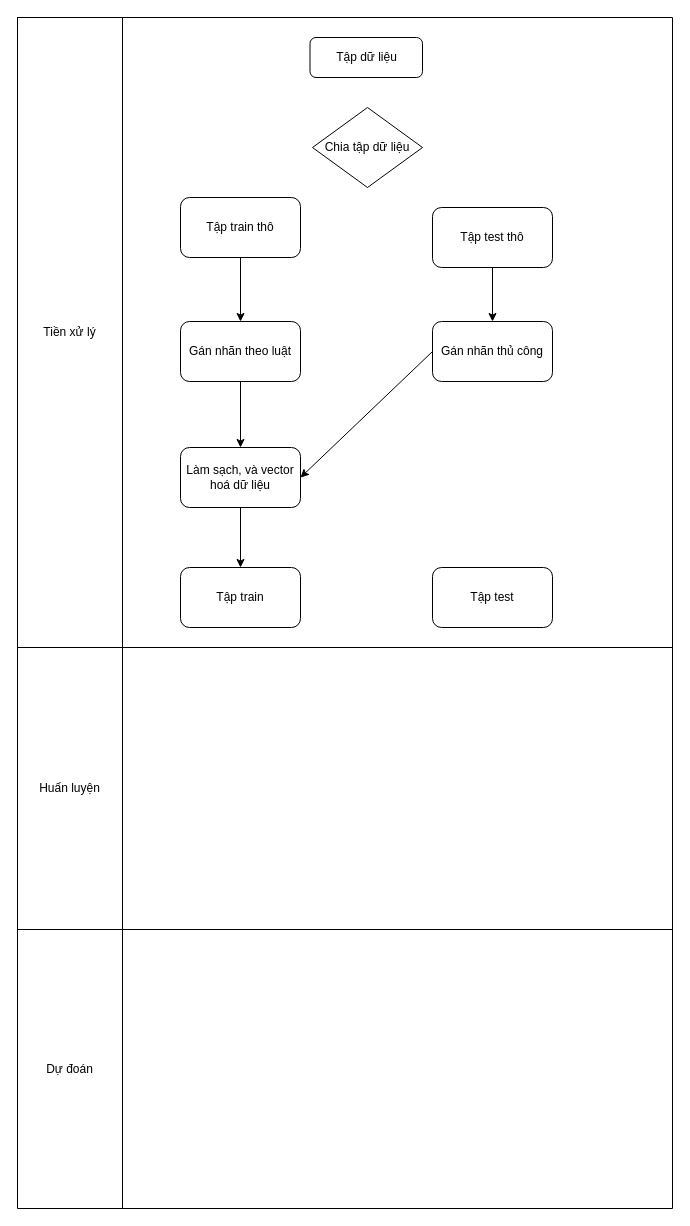
This is architecture/model.drawio from vukhanh09/DATN, a draw.io file, before an edit. Source tidied: cells renumbered, new cells numbered last; positions are measured from the earlier drawing's top-left corner, leaving out a move shared by most shapes. Both pictures are drawn from the tidied source at 100%, with x=0, y=0 at pixel (17, 17).
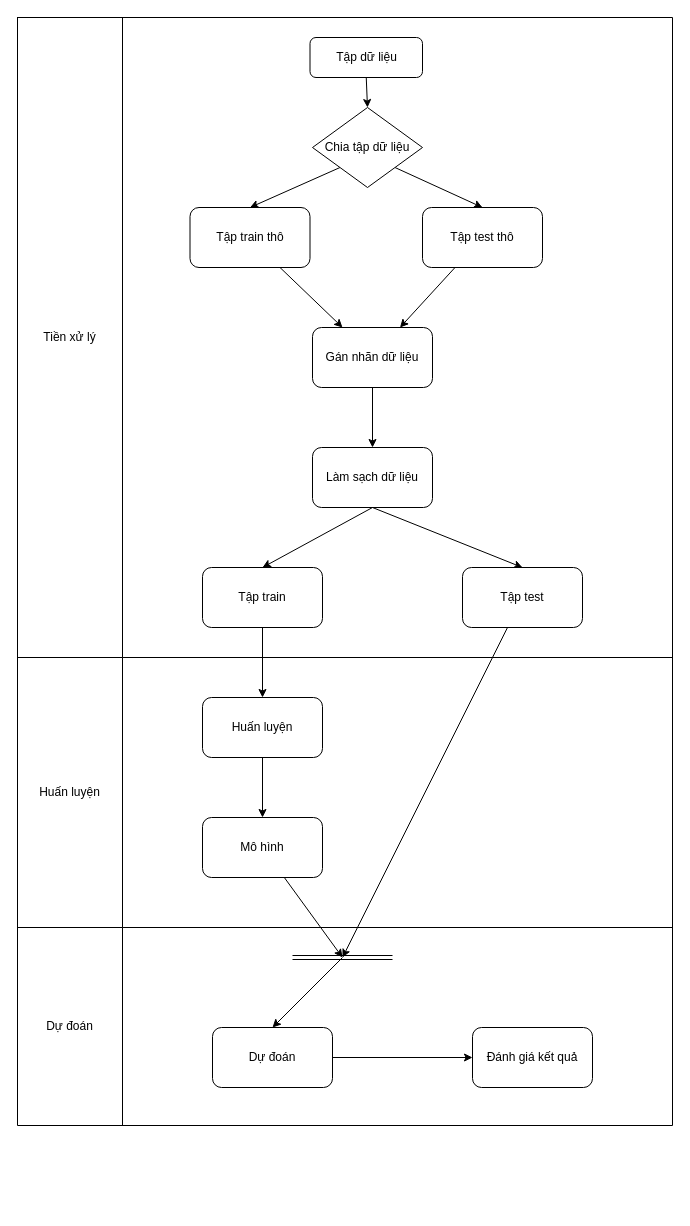
The same diagram, later.

Commit message (it also covers changes not shown here):
Cập nhật model.drawio

The change refers to these unchanged cells:
```xml
<mxCell id="12" value="Tập dữ liệu" style="rounded=1;whiteSpace=wrap;html=1;" parent="1" vertex="1">
  <mxGeometry x="292.5" y="20" width="112.5" height="40" as="geometry" />
</mxCell>
<mxCell id="13" value="Chia tập dữ liệu" style="rhombus;whiteSpace=wrap;html=1;" parent="1" vertex="1">
  <mxGeometry x="295" y="90" width="110" height="80" as="geometry" />
</mxCell>
```

The edit, as a diff of the source:
```diff
@@
     <mxCell id="2" style="shape=table;startSize=0;childLayout=tableLayout;" parent="1" vertex="1">
-      <mxGeometry width="655" height="1191" as="geometry" />
+      <mxGeometry width="655" height="1108" as="geometry" />
     </mxCell>
     <mxCell id="3" style="shape=tableRow;horizontal=0;startSize=0;swimlaneHead=0;swimlaneBody=0;strokeColor=inherit;top=0;left=0;bottom=0;right=0;fillColor=none;" parent="2" vertex="1">
-      <mxGeometry width="655" height="630" as="geometry" />
+      <mxGeometry width="655" height="640" as="geometry" />
     </mxCell>
     <mxCell id="4" value="Tiền xử lý" style="shape=partialRectangle;html=1;whiteSpace=wrap;strokeColor=inherit;overflow=hidden;fillColor=none;top=0;left=0;bottom=0;right=0;align=center;" parent="3" vertex="1">
-      <mxGeometry width="105" height="630" as="geometry" />
+      <mxGeometry width="105" height="640" as="geometry" />
     </mxCell>
     <mxCell id="5" style="shape=partialRectangle;html=1;whiteSpace=wrap;strokeColor=inherit;overflow=hidden;fillColor=none;top=0;left=0;bottom=0;right=0;" parent="3" vertex="1">
-      <mxGeometry x="105" width="550" height="630" as="geometry" />
+      <mxGeometry x="105" width="550" height="640" as="geometry" />
     </mxCell>
     <mxCell id="6" style="shape=tableRow;horizontal=0;startSize=0;swimlaneHead=0;swimlaneBody=0;strokeColor=inherit;top=0;left=0;bottom=0;right=0;fillColor=none;" parent="2" vertex="1">
-      <mxGeometry y="630" width="655" height="282" as="geometry" />
+      <mxGeometry y="640" width="655" height="270" as="geometry" />
     </mxCell>
     <mxCell id="7" value="Huấn luyện" style="shape=partialRectangle;html=1;whiteSpace=wrap;strokeColor=inherit;overflow=hidden;fillColor=none;top=0;left=0;bottom=0;right=0;" parent="6" vertex="1">
-      <mxGeometry width="105" height="282" as="geometry" />
+      <mxGeometry width="105" height="270" as="geometry" />
     </mxCell>
     <mxCell id="8" style="shape=partialRectangle;html=1;whiteSpace=wrap;strokeColor=inherit;overflow=hidden;fillColor=none;top=0;left=0;bottom=0;right=0;" parent="6" vertex="1">
-      <mxGeometry x="105" width="550" height="282" as="geometry" />
+      <mxGeometry x="105" width="550" height="270" as="geometry" />
     </mxCell>
     <mxCell id="9" style="shape=tableRow;horizontal=0;startSize=0;swimlaneHead=0;swimlaneBody=0;strokeColor=inherit;top=0;left=0;bottom=0;right=0;fillColor=none;" parent="2" vertex="1">
-      <mxGeometry y="912" width="655" height="279" as="geometry" />
+      <mxGeometry y="910" width="655" height="198" as="geometry" />
     </mxCell>
     <mxCell id="10" value="Dự đoán" style="shape=partialRectangle;html=1;whiteSpace=wrap;strokeColor=inherit;overflow=hidden;fillColor=none;top=0;left=0;bottom=0;right=0;" parent="9" vertex="1">
-      <mxGeometry width="105" height="279" as="geometry" />
+      <mxGeometry width="105" height="198" as="geometry" />
     </mxCell>
     <mxCell id="11" style="shape=partialRectangle;html=1;whiteSpace=wrap;strokeColor=inherit;overflow=hidden;fillColor=none;top=0;left=0;bottom=0;right=0;" parent="9" vertex="1">
-      <mxGeometry x="105" width="550" height="279" as="geometry" />
+      <mxGeometry x="105" width="550" height="198" as="geometry" />
     </mxCell>
+    <mxCell id="26" style="edgeStyle=none;rounded=0;jettySize=auto;html=1;exitX=0.5;exitY=1;exitDx=0;exitDy=0;entryX=0.5;entryY=0;entryDx=0;entryDy=0;strokeColor=default;" parent="1" edge="1" source="12" target="13">
+      <mxGeometry relative="1" as="geometry" />
+    </mxCell>
@@
+    <mxCell id="27" style="edgeStyle=none;rounded=0;jettySize=auto;html=1;exitX=0;exitY=1;exitDx=0;exitDy=0;entryX=0.5;entryY=0;entryDx=0;entryDy=0;strokeColor=default;" parent="1" edge="1" source="13" target="15">
+      <mxGeometry relative="1" as="geometry" />
+    </mxCell>
+    <mxCell id="28" style="edgeStyle=none;rounded=0;jettySize=auto;html=1;exitX=1;exitY=1;exitDx=0;exitDy=0;entryX=0.5;entryY=0;entryDx=0;entryDy=0;strokeColor=default;" parent="1" edge="1" source="13" target="17">
+      <mxGeometry relative="1" as="geometry" />
+    </mxCell>
@@
-    <mxCell id="14" style="edgeStyle=orthogonalEdgeStyle;rounded=0;jettySize=auto;html=1;" parent="1" edge="1" source="15" target="19">
-      <mxGeometry relative="1" as="geometry" />
-    </mxCell>
+    <mxCell id="29" style="edgeStyle=none;rounded=0;jettySize=auto;html=1;exitX=0.75;exitY=1;exitDx=0;exitDy=0;entryX=0.25;entryY=0;entryDx=0;entryDy=0;strokeColor=default;" parent="1" edge="1" source="15" target="21">
+      <mxGeometry relative="1" as="geometry" />
+    </mxCell>
     <mxCell id="15" value="Tập train thô" style="rounded=1;whiteSpace=wrap;html=1;" parent="1" vertex="1">
-      <mxGeometry x="163" y="180" width="120" height="60" as="geometry" />
+      <mxGeometry x="172.5" y="190" width="120" height="60" as="geometry" />
     </mxCell>
-    <mxCell id="16" style="edgeStyle=orthogonalEdgeStyle;rounded=0;jettySize=auto;html=1;" parent="1" edge="1" source="17" target="21">
+    <mxCell id="16" style="rounded=0;jettySize=auto;html=1;" parent="1" edge="1" source="17" target="21">
       <mxGeometry relative="1" as="geometry" />
     </mxCell>
     <mxCell id="17" value="Tập test thô" style="rounded=1;whiteSpace=wrap;html=1;" parent="1" vertex="1">
-      <mxGeometry x="415" y="190" width="120" height="60" as="geometry" />
+      <mxGeometry x="405" y="190" width="120" height="60" as="geometry" />
     </mxCell>
-    <mxCell id="18" style="edgeStyle=orthogonalEdgeStyle;rounded=0;jettySize=auto;html=1;entryX=0.5;entryY=0;entryDx=0;entryDy=0;" parent="1" edge="1" source="19" target="23">
-      <mxGeometry relative="1" as="geometry" />
-    </mxCell>
-    <mxCell id="19" value="Gán nhãn theo luật" style="rounded=1;whiteSpace=wrap;html=1;" parent="1" vertex="1">
-      <mxGeometry x="163" y="304" width="120" height="60" as="geometry" />
-    </mxCell>
-    <mxCell id="20" style="jettySize=auto;html=1;exitX=0;exitY=0.5;exitDx=0;exitDy=0;entryX=1;entryY=0.5;entryDx=0;entryDy=0;rounded=0;strokeColor=default;" parent="1" edge="1" source="21" target="23">
+    <mxCell id="20" style="edgeStyle=none;rounded=0;jettySize=auto;html=1;entryX=0.5;entryY=0;entryDx=0;entryDy=0;strokeColor=default;" parent="1" edge="1" source="21" target="23">
       <mxGeometry relative="1" as="geometry" />
     </mxCell>
-    <mxCell id="21" value="Gán nhãn thủ công" style="rounded=1;whiteSpace=wrap;html=1;" parent="1" vertex="1">
-      <mxGeometry x="415" y="304" width="120" height="60" as="geometry" />
+    <mxCell id="21" value="Gán nhãn dữ liệu" style="rounded=1;whiteSpace=wrap;html=1;" parent="1" vertex="1">
+      <mxGeometry x="295" y="310" width="120" height="60" as="geometry" />
     </mxCell>
-    <mxCell id="22" style="edgeStyle=none;rounded=0;jettySize=auto;html=1;entryX=0.5;entryY=0;entryDx=0;entryDy=0;strokeColor=default;" parent="1" edge="1" source="23" target="24">
+    <mxCell id="22" style="edgeStyle=none;rounded=0;jettySize=auto;html=1;exitX=0.5;exitY=1;exitDx=0;exitDy=0;entryX=0.5;entryY=0;entryDx=0;entryDy=0;strokeColor=default;" parent="1" edge="1" source="23" target="24">
       <mxGeometry relative="1" as="geometry" />
     </mxCell>
+    <mxCell id="30" style="edgeStyle=none;rounded=0;jettySize=auto;html=1;exitX=0.5;exitY=1;exitDx=0;exitDy=0;entryX=0.5;entryY=0;entryDx=0;entryDy=0;strokeColor=default;" parent="1" edge="1" source="23" target="25">
+      <mxGeometry relative="1" as="geometry" />
+    </mxCell>
-    <mxCell id="23" value="Làm sạch, và vector hoá dữ liệu" style="rounded=1;whiteSpace=wrap;html=1;" parent="1" vertex="1">
-      <mxGeometry x="163" y="430" width="120" height="60" as="geometry" />
+    <mxCell id="23" value="Làm sạch dữ liệu" style="rounded=1;whiteSpace=wrap;html=1;" parent="1" vertex="1">
+      <mxGeometry x="295" y="430" width="120" height="60" as="geometry" />
     </mxCell>
+    <mxCell id="31" style="edgeStyle=none;rounded=0;jettySize=auto;html=1;strokeColor=default;" parent="1" edge="1" source="24" target="34">
+      <mxGeometry relative="1" as="geometry" />
+    </mxCell>
     <mxCell id="24" value="Tập train" style="rounded=1;whiteSpace=wrap;html=1;" parent="1" vertex="1">
-      <mxGeometry x="163" y="550" width="120" height="60" as="geometry" />
+      <mxGeometry x="185" y="550" width="120" height="60" as="geometry" />
     </mxCell>
+    <mxCell id="32" style="edgeStyle=none;rounded=0;jettySize=auto;html=1;strokeColor=default;" parent="1" edge="1" source="25">
+      <mxGeometry relative="1" as="geometry">
+        <mxPoint x="325" y="940" as="targetPoint" />
+      </mxGeometry>
+    </mxCell>
     <mxCell id="25" value="Tập test" style="rounded=1;whiteSpace=wrap;html=1;" parent="1" vertex="1">
-      <mxGeometry x="415" y="550" width="120" height="60" as="geometry" />
+      <mxGeometry x="445" y="550" width="120" height="60" as="geometry" />
     </mxCell>
+    <mxCell id="33" style="edgeStyle=none;rounded=0;jettySize=auto;html=1;entryX=0.5;entryY=0;entryDx=0;entryDy=0;strokeColor=default;" parent="1" edge="1" source="34" target="36">
+      <mxGeometry relative="1" as="geometry" />
+    </mxCell>
+    <mxCell id="34" value="Huấn luyện" style="rounded=1;whiteSpace=wrap;html=1;" parent="1" vertex="1">
+      <mxGeometry x="185" y="680" width="120" height="60" as="geometry" />
+    </mxCell>
+    <mxCell id="35" style="edgeStyle=none;rounded=0;jettySize=auto;html=1;strokeColor=default;" parent="1" edge="1" source="36">
+      <mxGeometry relative="1" as="geometry">
+        <mxPoint x="325" y="940" as="targetPoint" />
+      </mxGeometry>
+    </mxCell>
+    <mxCell id="36" value="Mô hình" style="rounded=1;whiteSpace=wrap;html=1;" parent="1" vertex="1">
+      <mxGeometry x="185" y="800" width="120" height="60" as="geometry" />
+    </mxCell>
+    <mxCell id="37" style="edgeStyle=none;rounded=0;jettySize=auto;html=1;entryX=0;entryY=0.5;entryDx=0;entryDy=0;strokeColor=default;" parent="1" edge="1" source="38" target="41">
+      <mxGeometry relative="1" as="geometry" />
+    </mxCell>
+    <mxCell id="38" value="Dự đoán" style="rounded=1;whiteSpace=wrap;html=1;" parent="1" vertex="1">
+      <mxGeometry x="195" y="1010" width="120" height="60" as="geometry" />
+    </mxCell>
+    <mxCell id="39" style="shape=link;html=1;rounded=0;strokeColor=default;" parent="1" edge="1">
+      <mxGeometry relative="1" as="geometry">
+        <mxPoint x="275" y="940" as="sourcePoint" />
+        <mxPoint x="375" y="940" as="targetPoint" />
+      </mxGeometry>
+    </mxCell>
+    <mxCell id="40" style="endArrow=classic;html=1;rounded=0;strokeColor=default;entryX=0.5;entryY=0;entryDx=0;entryDy=0;" parent="1" edge="1" target="38">
+      <mxGeometry relative="1" as="geometry">
+        <mxPoint x="325" y="940" as="sourcePoint" />
+      </mxGeometry>
+    </mxCell>
+    <mxCell id="41" value="Đánh giá kết quả" style="rounded=1;whiteSpace=wrap;html=1;" parent="1" vertex="1">
+      <mxGeometry x="455" y="1010" width="120" height="60" as="geometry" />
+    </mxCell>
```
